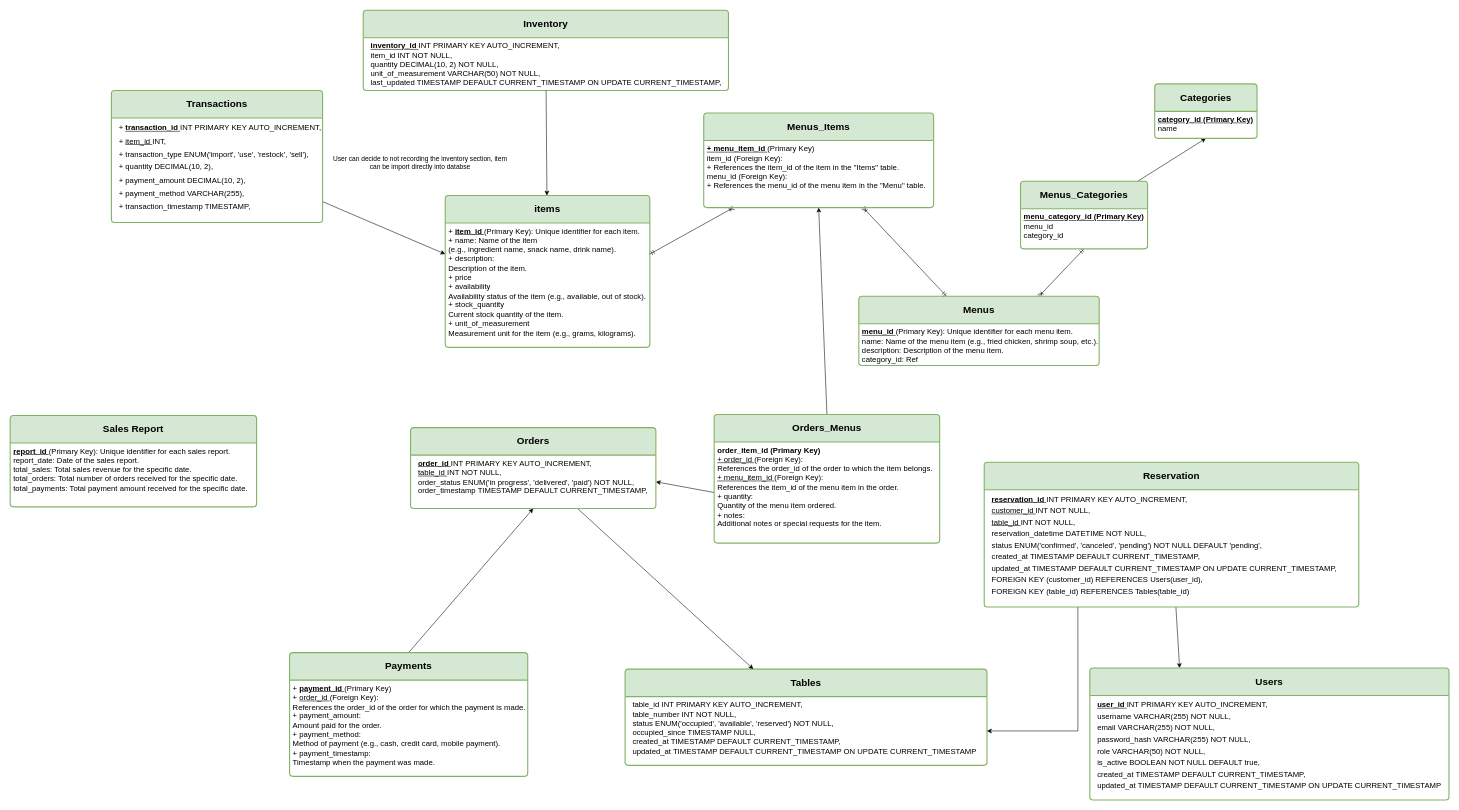
Before: page "Trang-1" (1 of 3) of dbschema.drawio in tonsisouvanh/restaurant-pos-system, a draw.io diagram. Source tidied: cells renumbered, new cells numbered last; positions are measured from the earlier drawing's top-left corner, leaving out a move shared by most shapes. Both pictures are drawn from the tidied source at 55%, with x=0, y=0 at pixel (10, 10).
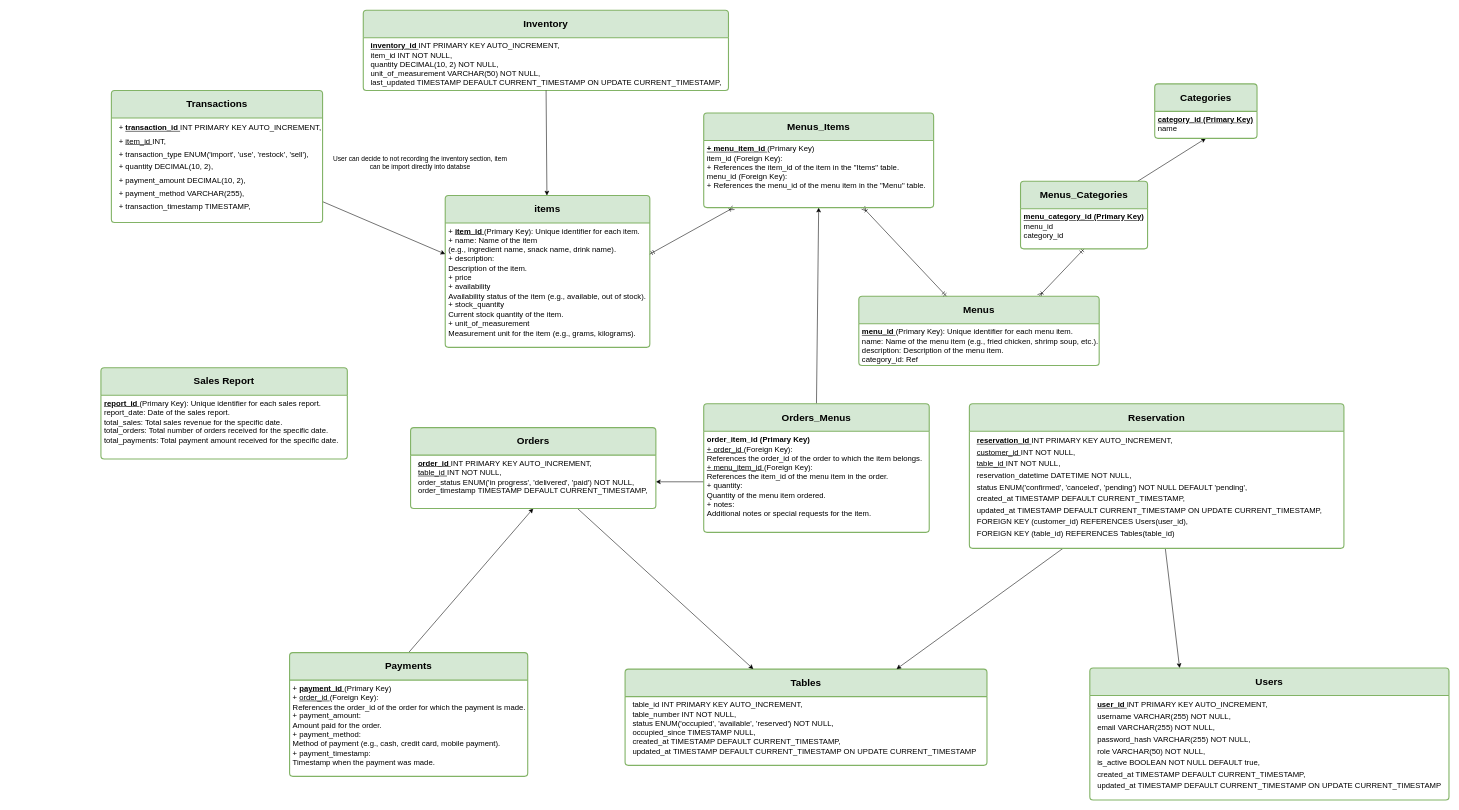
After the change.

Commit message (it also covers changes not shown here):
changed databse schema

The change refers to these unchanged cells:
```xml
<mxCell id="10" value="&lt;b style=&quot;&quot;&gt;&lt;font style=&quot;font-size: 18px;&quot;&gt;Tables&lt;/font&gt;&lt;/b&gt;" style="swimlane;horizontal=1;startSize=50;rounded=1;fontSize=14;fontStyle=0;strokeWidth=2;shadow=0;dashed=0;align=center;arcSize=4;whiteSpace=wrap;html=1;fillColor=#d5e8d4;strokeColor=#82b366;" parent="1" vertex="1">
  <mxGeometry x="1118" y="1198" width="658" height="175" as="geometry" />
</mxCell>
<mxCell id="11" value="&lt;div style=&quot;border-color: var(--border-color); font-size: 14px;&quot;&gt;&lt;div style=&quot;border-color: var(--border-color); font-size: 14px;&quot;&gt;&lt;div style=&quot;border-color: var(--border-color);&quot;&gt;&lt;span style=&quot;background-color: initial;&quot;&gt;&amp;nbsp; table_id INT PRIMARY KEY AUTO_INCREMENT,&lt;/span&gt;&lt;br&gt;&lt;/div&gt;&lt;div style=&quot;border-color: var(--border-color);&quot;&gt;&amp;nbsp; table_number INT NOT NULL,&lt;/div&gt;&lt;div style=&quot;border-color: var(--border-color);&quot;&gt;&amp;nbsp; status ENUM('occupied', 'available', 'reserved') NOT NULL,&lt;/div&gt;&lt;div style=&quot;border-color: var(--border-color);&quot;&gt;&amp;nbsp; occupied_since TIMESTAMP NULL,&lt;/div&gt;&lt;div style=&quot;border-color: var(--border-color);&quot;&gt;&amp;nbsp; created_at TIMESTAMP DEFAULT CURRENT_TIMESTAMP,&lt;/div&gt;&lt;div style=&quot;border-color: var(--border-color);&quot;&gt;&amp;nbsp; updated_at TIMESTAMP DEFAULT CURRENT_TIMESTAMP ON UPDATE CURRENT_TIMESTAMP&lt;/div&gt;&lt;/div&gt;&lt;/div&gt;" style="align=left;strokeColor=none;fillColor=none;spacingLeft=4;fontSize=14;verticalAlign=top;html=1;" parent="10" vertex="1">
  <mxGeometry y="50" width="658" height="125" as="geometry" />
</mxCell>
<mxCell id="25" value="&lt;div style=&quot;border-color: var(--border-color); font-size: 14px;&quot;&gt;&lt;div style=&quot;border-color: var(--border-color); font-size: 14px;&quot;&gt;&lt;div style=&quot;border-color: var(--border-color); font-size: 14px;&quot;&gt;&lt;div style=&quot;border-color: var(--border-color); font-size: 14px;&quot;&gt;&lt;div style=&quot;border-color: var(--border-color); font-size: 14px; line-height: 150%;&quot;&gt;&lt;div style=&quot;border-color: var(--border-color); line-height: 150%;&quot;&gt;&amp;nbsp; &lt;b&gt;&lt;u&gt;reservation_id &lt;/u&gt;&lt;/b&gt;INT PRIMARY KEY AUTO_INCREMENT,&lt;/div&gt;&lt;div style=&quot;border-color: var(--border-color); line-height: 150%;&quot;&gt;&amp;nbsp; &lt;u&gt;customer_id &lt;/u&gt;INT NOT NULL,&lt;/div&gt;&lt;div style=&quot;border-color: var(--border-color); line-height: 150%;&quot;&gt;&amp;nbsp; &lt;u&gt;table_id &lt;/u&gt;INT NOT NULL,&lt;/div&gt;&lt;div style=&quot;border-color: var(--border-color); line-height: 150%;&quot;&gt;&amp;nbsp; reservation_datetime DATETIME NOT NULL,&lt;/div&gt;&lt;div style=&quot;border-color: var(--border-color); line-height: 150%;&quot;&gt;&amp;nbsp; status ENUM('confirmed', 'canceled', 'pending') NOT NULL DEFAULT 'pending',&lt;/div&gt;&lt;div style=&quot;border-color: var(--border-color); line-height: 150%;&quot;&gt;&amp;nbsp; created_at TIMESTAMP DEFAULT CURRENT_TIMESTAMP,&lt;/div&gt;&lt;div style=&quot;border-color: var(--border-color); line-height: 150%;&quot;&gt;&amp;nbsp; updated_at TIMESTAMP DEFAULT CURRENT_TIMESTAMP ON UPDATE CURRENT_TIMESTAMP,&lt;/div&gt;&lt;div style=&quot;border-color: var(--border-color); line-height: 150%;&quot;&gt;&amp;nbsp; FOREIGN KEY (customer_id) REFERENCES Users(user_id),&lt;/div&gt;&lt;div style=&quot;border-color: var(--border-color); line-height: 150%;&quot;&gt;&amp;nbsp; FOREIGN KEY (table_id) REFERENCES Tables(table_id)&lt;/div&gt;&lt;/div&gt;&lt;/div&gt;&lt;/div&gt;&lt;/div&gt;&lt;/div&gt;" style="align=left;strokeColor=none;fillColor=none;spacingLeft=4;fontSize=14;verticalAlign=top;html=1;" parent="24" vertex="1">
  <mxGeometry y="50" width="681" height="213" as="geometry" />
</mxCell>
```

Diff of the diagram source:
```diff
@@
     <mxCell id="18" value="&lt;b style=&quot;&quot;&gt;&lt;font style=&quot;font-size: 18px;&quot;&gt;Orders_Menus&lt;/font&gt;&lt;/b&gt;" style="swimlane;horizontal=1;startSize=50;rounded=1;fontSize=14;fontStyle=0;strokeWidth=2;shadow=0;dashed=0;align=center;arcSize=4;whiteSpace=wrap;html=1;fillColor=#d5e8d4;strokeColor=#82b366;" parent="1" vertex="1">
-      <mxGeometry x="1280" y="735" width="410" height="234" as="geometry" />
+      <mxGeometry x="1261" y="715.5" width="410" height="234" as="geometry" />
     </mxCell>
@@
-    <mxCell id="23" style="edgeStyle=orthogonalEdgeStyle;rounded=0;jettySize=auto;html=1;entryX=1;entryY=0.5;entryDx=0;entryDy=0;exitX=0.25;exitY=1;exitDx=0;exitDy=0;fontSize=14;" parent="1" edge="1" source="25" target="11">
+    <mxCell id="23" style="rounded=0;jettySize=auto;html=1;entryX=0.75;entryY=0;entryDx=0;entryDy=0;exitX=0.25;exitY=1;exitDx=0;exitDy=0;fontSize=14;" parent="1" edge="1" source="25" target="10">
       <mxGeometry relative="1" as="geometry" />
     </mxCell>
     <mxCell id="24" value="&lt;b style=&quot;&quot;&gt;&lt;font style=&quot;font-size: 18px;&quot;&gt;Reservation&lt;/font&gt;&lt;/b&gt;" style="swimlane;horizontal=1;startSize=50;rounded=1;fontSize=14;fontStyle=0;strokeWidth=2;shadow=0;dashed=0;align=center;arcSize=4;whiteSpace=wrap;html=1;fillColor=#d5e8d4;strokeColor=#82b366;" parent="1" vertex="1">
-      <mxGeometry x="1771" y="822" width="681" height="263" as="geometry" />
+      <mxGeometry x="1744" y="715.5" width="681" height="263" as="geometry" />
     </mxCell>
@@
     <mxCell id="35" value="&lt;b style=&quot;&quot;&gt;&lt;font style=&quot;font-size: 18px;&quot;&gt;Sales Report&lt;/font&gt;&lt;/b&gt;" style="swimlane;horizontal=1;startSize=50;rounded=1;fontSize=14;fontStyle=0;strokeWidth=2;shadow=0;dashed=0;align=center;arcSize=4;whiteSpace=wrap;html=1;fillColor=#d5e8d4;strokeColor=#82b366;" parent="1" vertex="1">
-      <mxGeometry y="737" width="448" height="166" as="geometry" />
+      <mxGeometry x="165" y="650" width="448" height="166" as="geometry" />
     </mxCell>
```
